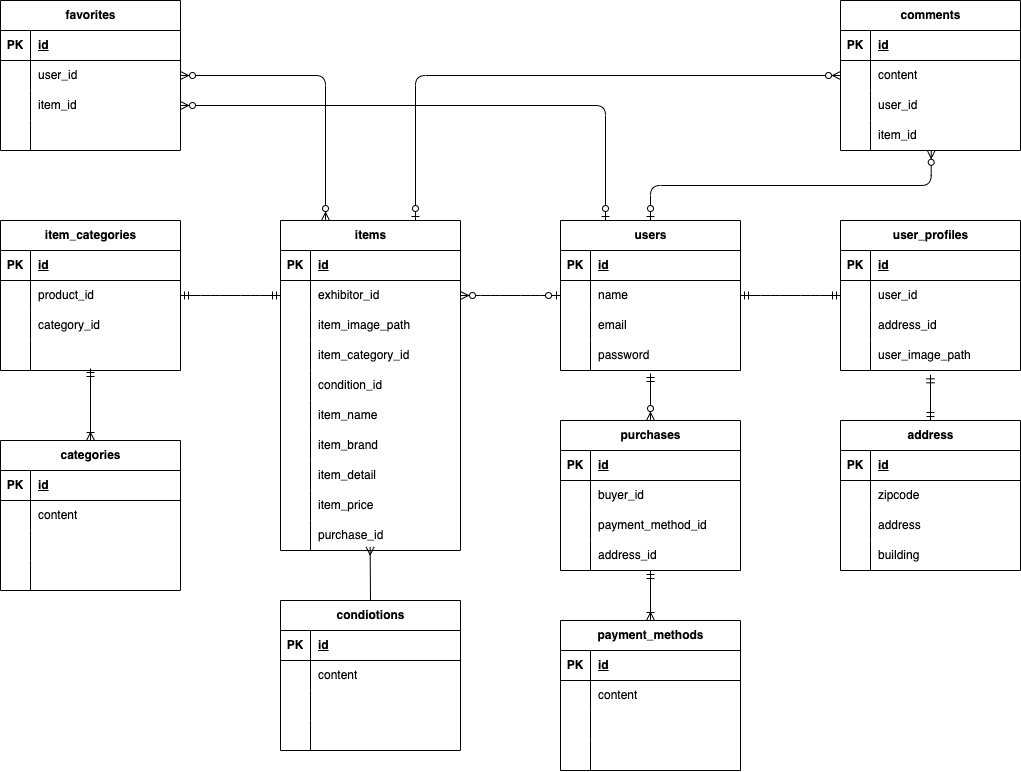
This is src/ER.drawio.png from takuyakurikuri/flea-market, a draw.io export, as it was before one commit. Source tidied: cells renumbered, new cells last; positions are measured from the earlier drawing's top-left corner, leaving out a move shared by most shapes.
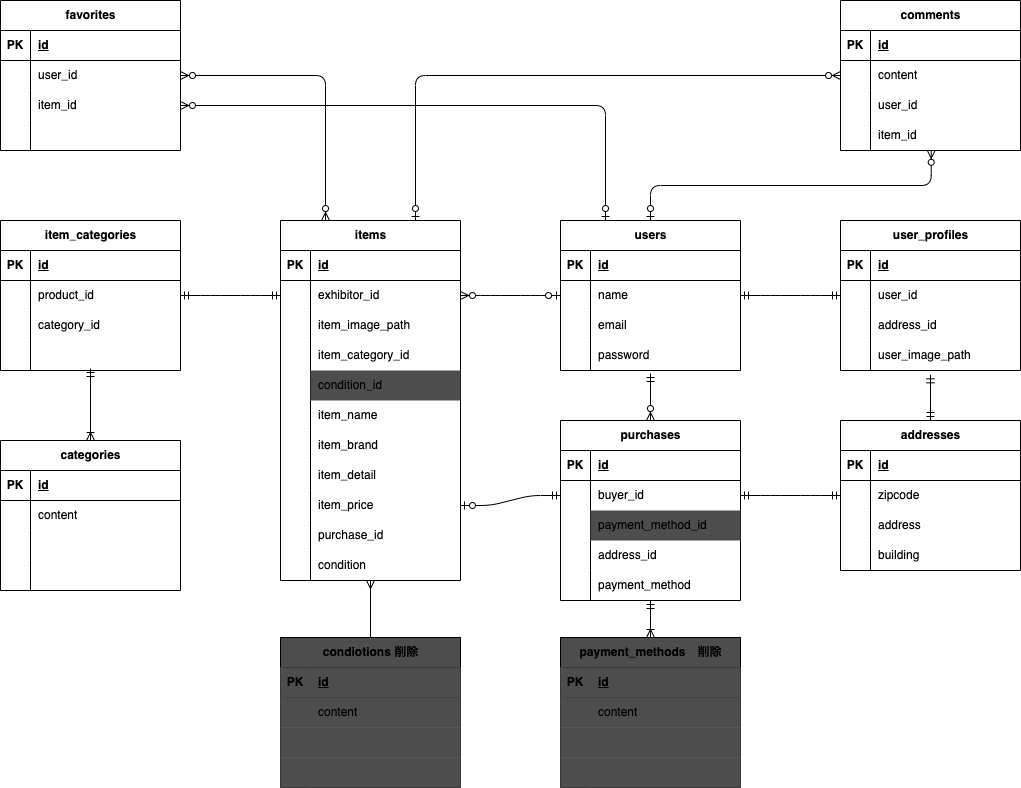
The same file after the commit.

The edit, as a diff of the source:
```diff
@@ -81,7 +81,7 @@
       <mxGeometry x="30" width="150" height="30" as="geometry" />
     </mxCell>
     <mxCell id="28" value="items" style="shape=table;startSize=30;rowLines=0;fontStyle=1;align=center;html=1;" parent="1" vertex="1">
-      <mxGeometry x="280" y="220" width="180" height="330" as="geometry" />
+      <mxGeometry x="280" y="220" width="180" height="360" as="geometry" />
     </mxCell>
     <mxCell id="29" style="shape=tableRow;horizontal=0;startSize=0;swimlaneHead=0;swimlaneBody=0;fillColor=none;top=0;left=0;right=0;bottom=1;" parent="28" vertex="1">
       <mxGeometry y="30" width="180" height="30" as="geometry" />
@@ -125,7 +125,7 @@
     <mxCell id="42" style="shape=partialRectangle;fillColor=none;top=0;left=0;bottom=0;right=0;overflow=hidden;whiteSpace=wrap;html=1;" parent="41" vertex="1">
       <mxGeometry width="30" height="30" as="geometry" />
     </mxCell>
-    <mxCell id="43" value="condition_id" style="shape=partialRectangle;fillColor=none;top=0;left=0;bottom=0;right=0;align=left;spacingLeft=6;overflow=hidden;whiteSpace=wrap;html=1;" parent="41" vertex="1">
+    <mxCell id="43" value="condition_id" style="shape=partialRectangle;fillColor=#4D4D4D;top=0;left=0;bottom=0;right=0;align=left;spacingLeft=6;overflow=hidden;whiteSpace=wrap;html=1;" parent="41" vertex="1">
       <mxGeometry x="30" width="150" height="30" as="geometry" />
     </mxCell>
     <mxCell id="44" style="shape=tableRow;horizontal=0;startSize=0;swimlaneHead=0;swimlaneBody=0;fillColor=none;top=0;left=0;right=0;bottom=0;" parent="28" vertex="1">
@@ -173,8 +173,17 @@
     <mxCell id="58" value="purchase_id" style="shape=partialRectangle;fillColor=none;top=0;left=0;bottom=0;right=0;align=left;spacingLeft=6;overflow=hidden;whiteSpace=wrap;html=1;" parent="56" vertex="1">
       <mxGeometry x="30" width="150" height="30" as="geometry" />
     </mxCell>
+    <mxCell id="175" style="shape=tableRow;horizontal=0;startSize=0;swimlaneHead=0;swimlaneBody=0;fillColor=none;top=0;left=0;right=0;bottom=0;" parent="28" vertex="1">
+      <mxGeometry y="330" width="180" height="30" as="geometry" />
+    </mxCell>
+    <mxCell id="176" style="shape=partialRectangle;fillColor=none;top=0;left=0;bottom=0;right=0;overflow=hidden;whiteSpace=wrap;html=1;" parent="175" vertex="1">
+      <mxGeometry width="30" height="30" as="geometry" />
+    </mxCell>
+    <mxCell id="177" value="condition" style="shape=partialRectangle;fillColor=none;top=0;left=0;bottom=0;right=0;align=left;spacingLeft=6;overflow=hidden;whiteSpace=wrap;html=1;" parent="175" vertex="1">
+      <mxGeometry x="30" width="150" height="30" as="geometry" />
+    </mxCell>
     <mxCell id="59" value="purchases" style="shape=table;startSize=30;rowLines=0;fontStyle=1;align=center;html=1;" parent="1" vertex="1">
-      <mxGeometry x="560" y="420" width="180" height="150" as="geometry" />
+      <mxGeometry x="560" y="420" width="180" height="180" as="geometry" />
     </mxCell>
     <mxCell id="60" style="shape=tableRow;horizontal=0;startSize=0;swimlaneHead=0;swimlaneBody=0;fillColor=none;top=0;left=0;right=0;bottom=1;" parent="59" vertex="1">
       <mxGeometry y="30" width="180" height="30" as="geometry" />
@@ -200,7 +209,7 @@
     <mxCell id="67" style="shape=partialRectangle;fillColor=none;top=0;left=0;bottom=0;right=0;overflow=hidden;whiteSpace=wrap;html=1;" parent="66" vertex="1">
       <mxGeometry width="30" height="30" as="geometry" />
     </mxCell>
-    <mxCell id="68" value="payment_method_id" style="shape=partialRectangle;fillColor=none;top=0;left=0;bottom=0;right=0;align=left;spacingLeft=6;overflow=hidden;whiteSpace=wrap;html=1;" parent="66" vertex="1">
+    <mxCell id="68" value="payment_method_id" style="shape=partialRectangle;fillColor=#4D4D4D;top=0;left=0;bottom=0;right=0;align=left;spacingLeft=6;overflow=hidden;whiteSpace=wrap;html=1;" parent="66" vertex="1">
       <mxGeometry x="30" width="150" height="30" as="geometry" />
     </mxCell>
     <mxCell id="69" style="shape=tableRow;horizontal=0;startSize=0;swimlaneHead=0;swimlaneBody=0;fillColor=none;top=0;left=0;right=0;bottom=0;" parent="59" vertex="1">
@@ -212,43 +221,52 @@
     <mxCell id="71" value="address_id" style="shape=partialRectangle;fillColor=none;top=0;left=0;bottom=0;right=0;align=left;spacingLeft=6;overflow=hidden;whiteSpace=wrap;html=1;" parent="69" vertex="1">
       <mxGeometry x="30" width="150" height="30" as="geometry" />
     </mxCell>
+    <mxCell id="178" style="shape=tableRow;horizontal=0;startSize=0;swimlaneHead=0;swimlaneBody=0;fillColor=none;top=0;left=0;right=0;bottom=0;" parent="59" vertex="1">
+      <mxGeometry y="150" width="180" height="30" as="geometry" />
+    </mxCell>
+    <mxCell id="179" style="shape=partialRectangle;fillColor=none;top=0;left=0;bottom=0;right=0;overflow=hidden;whiteSpace=wrap;html=1;" parent="178" vertex="1">
+      <mxGeometry width="30" height="30" as="geometry" />
+    </mxCell>
+    <mxCell id="180" value="payment_method" style="shape=partialRectangle;fillColor=none;top=0;left=0;bottom=0;right=0;align=left;spacingLeft=6;overflow=hidden;whiteSpace=wrap;html=1;" parent="178" vertex="1">
+      <mxGeometry x="30" width="150" height="30" as="geometry" />
+    </mxCell>
-    <mxCell id="72" value="payment_methods" style="shape=table;startSize=30;rowLines=0;fontStyle=1;align=center;html=1;" parent="1" vertex="1">
-      <mxGeometry x="560" y="620" width="180" height="150" as="geometry" />
+    <mxCell id="72" value="payment_methods　削除" style="shape=table;startSize=30;rowLines=0;fontStyle=1;align=center;html=1;fillColor=#4D4D4D;" parent="1" vertex="1">
+      <mxGeometry x="560" y="637" width="180" height="150" as="geometry" />
     </mxCell>
-    <mxCell id="73" style="shape=tableRow;horizontal=0;startSize=0;swimlaneHead=0;swimlaneBody=0;fillColor=none;top=0;left=0;right=0;bottom=1;" parent="72" vertex="1">
+    <mxCell id="73" style="shape=tableRow;horizontal=0;startSize=0;swimlaneHead=0;swimlaneBody=0;fillColor=#4D4D4D;top=0;left=0;right=0;bottom=1;" parent="72" vertex="1">
       <mxGeometry y="30" width="180" height="30" as="geometry" />
     </mxCell>
-    <mxCell id="74" value="PK" style="shape=partialRectangle;fillColor=none;top=0;left=0;bottom=0;right=0;fontStyle=1;overflow=hidden;whiteSpace=wrap;html=1;" parent="73" vertex="1">
+    <mxCell id="74" value="PK" style="shape=partialRectangle;fillColor=#4D4D4D;top=0;left=0;bottom=0;right=0;fontStyle=1;overflow=hidden;whiteSpace=wrap;html=1;" parent="73" vertex="1">
       <mxGeometry width="30" height="30" as="geometry" />
     </mxCell>
-    <mxCell id="75" value="id" style="shape=partialRectangle;fillColor=none;top=0;left=0;bottom=0;right=0;align=left;spacingLeft=6;fontStyle=5;overflow=hidden;whiteSpace=wrap;html=1;" parent="73" vertex="1">
+    <mxCell id="75" value="id" style="shape=partialRectangle;fillColor=#4D4D4D;top=0;left=0;bottom=0;right=0;align=left;spacingLeft=6;fontStyle=5;overflow=hidden;whiteSpace=wrap;html=1;" parent="73" vertex="1">
       <mxGeometry x="30" width="150" height="30" as="geometry" />
     </mxCell>
-    <mxCell id="76" style="shape=tableRow;horizontal=0;startSize=0;swimlaneHead=0;swimlaneBody=0;fillColor=none;top=0;left=0;right=0;bottom=0;" parent="72" vertex="1">
+    <mxCell id="76" style="shape=tableRow;horizontal=0;startSize=0;swimlaneHead=0;swimlaneBody=0;fillColor=#4D4D4D;top=0;left=0;right=0;bottom=0;" parent="72" vertex="1">
       <mxGeometry y="60" width="180" height="30" as="geometry" />
     </mxCell>
-    <mxCell id="77" style="shape=partialRectangle;fillColor=none;top=0;left=0;bottom=0;right=0;overflow=hidden;whiteSpace=wrap;html=1;" parent="76" vertex="1">
+    <mxCell id="77" style="shape=partialRectangle;fillColor=#4D4D4D;top=0;left=0;bottom=0;right=0;overflow=hidden;whiteSpace=wrap;html=1;" parent="76" vertex="1">
       <mxGeometry width="30" height="30" as="geometry" />
     </mxCell>
-    <mxCell id="78" value="content" style="shape=partialRectangle;fillColor=none;top=0;left=0;bottom=0;right=0;align=left;spacingLeft=6;overflow=hidden;whiteSpace=wrap;html=1;" parent="76" vertex="1">
+    <mxCell id="78" value="content" style="shape=partialRectangle;fillColor=#4D4D4D;top=0;left=0;bottom=0;right=0;align=left;spacingLeft=6;overflow=hidden;whiteSpace=wrap;html=1;" parent="76" vertex="1">
       <mxGeometry x="30" width="150" height="30" as="geometry" />
     </mxCell>
-    <mxCell id="79" style="shape=tableRow;horizontal=0;startSize=0;swimlaneHead=0;swimlaneBody=0;fillColor=none;top=0;left=0;right=0;bottom=0;" parent="72" vertex="1">
+    <mxCell id="79" style="shape=tableRow;horizontal=0;startSize=0;swimlaneHead=0;swimlaneBody=0;fillColor=#4D4D4D;top=0;left=0;right=0;bottom=0;" parent="72" vertex="1">
       <mxGeometry y="90" width="180" height="30" as="geometry" />
     </mxCell>
-    <mxCell id="80" style="shape=partialRectangle;fillColor=none;top=0;left=0;bottom=0;right=0;overflow=hidden;whiteSpace=wrap;html=1;" parent="79" vertex="1">
+    <mxCell id="80" style="shape=partialRectangle;fillColor=#4D4D4D;top=0;left=0;bottom=0;right=0;overflow=hidden;whiteSpace=wrap;html=1;" parent="79" vertex="1">
       <mxGeometry width="30" height="30" as="geometry" />
     </mxCell>
-    <mxCell id="81" style="shape=partialRectangle;fillColor=none;top=0;left=0;bottom=0;right=0;align=left;spacingLeft=6;overflow=hidden;whiteSpace=wrap;html=1;" parent="79" vertex="1">
+    <mxCell id="81" style="shape=partialRectangle;fillColor=#4D4D4D;top=0;left=0;bottom=0;right=0;align=left;spacingLeft=6;overflow=hidden;whiteSpace=wrap;html=1;" parent="79" vertex="1">
       <mxGeometry x="30" width="150" height="30" as="geometry" />
     </mxCell>
-    <mxCell id="82" style="shape=tableRow;horizontal=0;startSize=0;swimlaneHead=0;swimlaneBody=0;fillColor=none;top=0;left=0;right=0;bottom=0;" parent="72" vertex="1">
+    <mxCell id="82" style="shape=tableRow;horizontal=0;startSize=0;swimlaneHead=0;swimlaneBody=0;fillColor=#4D4D4D;top=0;left=0;right=0;bottom=0;" parent="72" vertex="1">
       <mxGeometry y="120" width="180" height="30" as="geometry" />
     </mxCell>
-    <mxCell id="83" style="shape=partialRectangle;fillColor=none;top=0;left=0;bottom=0;right=0;overflow=hidden;whiteSpace=wrap;html=1;" parent="82" vertex="1">
+    <mxCell id="83" style="shape=partialRectangle;fillColor=#4D4D4D;top=0;left=0;bottom=0;right=0;overflow=hidden;whiteSpace=wrap;html=1;" parent="82" vertex="1">
       <mxGeometry width="30" height="30" as="geometry" />
     </mxCell>
-    <mxCell id="84" style="shape=partialRectangle;fillColor=none;top=0;left=0;bottom=0;right=0;align=left;spacingLeft=6;overflow=hidden;whiteSpace=wrap;html=1;" parent="82" vertex="1">
+    <mxCell id="84" style="shape=partialRectangle;fillColor=#4D4D4D;top=0;left=0;bottom=0;right=0;align=left;spacingLeft=6;overflow=hidden;whiteSpace=wrap;html=1;" parent="82" vertex="1">
       <mxGeometry x="30" width="150" height="30" as="geometry" />
     </mxCell>
     <mxCell id="85" value="item_categories" style="shape=table;startSize=30;rowLines=0;fontStyle=1;align=center;html=1;" parent="1" vertex="1">
@@ -290,43 +308,43 @@
     <mxCell id="97" style="shape=partialRectangle;fillColor=none;top=0;left=0;bottom=0;right=0;align=left;spacingLeft=6;overflow=hidden;whiteSpace=wrap;html=1;" parent="95" vertex="1">
       <mxGeometry x="30" width="150" height="30" as="geometry" />
     </mxCell>
-    <mxCell id="98" value="condiotions" style="shape=table;startSize=30;rowLines=0;fontStyle=1;align=center;html=1;" parent="1" vertex="1">
-      <mxGeometry x="280" y="600" width="180" height="150" as="geometry" />
+    <mxCell id="98" value="condiotions 削除" style="shape=table;startSize=30;rowLines=0;fontStyle=1;align=center;html=1;fillColor=#4D4D4D;" parent="1" vertex="1">
+      <mxGeometry x="280" y="637" width="180" height="150" as="geometry" />
     </mxCell>
-    <mxCell id="99" style="shape=tableRow;horizontal=0;startSize=0;swimlaneHead=0;swimlaneBody=0;fillColor=none;top=0;left=0;right=0;bottom=1;" parent="98" vertex="1">
+    <mxCell id="99" style="shape=tableRow;horizontal=0;startSize=0;swimlaneHead=0;swimlaneBody=0;fillColor=#4D4D4D;top=0;left=0;right=0;bottom=1;" parent="98" vertex="1">
       <mxGeometry y="30" width="180" height="30" as="geometry" />
     </mxCell>
-    <mxCell id="100" value="PK" style="shape=partialRectangle;fillColor=none;top=0;left=0;bottom=0;right=0;fontStyle=1;overflow=hidden;whiteSpace=wrap;html=1;" parent="99" vertex="1">
+    <mxCell id="100" value="PK" style="shape=partialRectangle;fillColor=#4D4D4D;top=0;left=0;bottom=0;right=0;fontStyle=1;overflow=hidden;whiteSpace=wrap;html=1;" parent="99" vertex="1">
       <mxGeometry width="30" height="30" as="geometry" />
     </mxCell>
-    <mxCell id="101" value="id" style="shape=partialRectangle;fillColor=none;top=0;left=0;bottom=0;right=0;align=left;spacingLeft=6;fontStyle=5;overflow=hidden;whiteSpace=wrap;html=1;" parent="99" vertex="1">
+    <mxCell id="101" value="id" style="shape=partialRectangle;fillColor=#4D4D4D;top=0;left=0;bottom=0;right=0;align=left;spacingLeft=6;fontStyle=5;overflow=hidden;whiteSpace=wrap;html=1;" parent="99" vertex="1">
       <mxGeometry x="30" width="150" height="30" as="geometry" />
     </mxCell>
-    <mxCell id="102" style="shape=tableRow;horizontal=0;startSize=0;swimlaneHead=0;swimlaneBody=0;fillColor=none;top=0;left=0;right=0;bottom=0;" parent="98" vertex="1">
+    <mxCell id="102" style="shape=tableRow;horizontal=0;startSize=0;swimlaneHead=0;swimlaneBody=0;fillColor=#4D4D4D;top=0;left=0;right=0;bottom=0;" parent="98" vertex="1">
       <mxGeometry y="60" width="180" height="30" as="geometry" />
     </mxCell>
-    <mxCell id="103" style="shape=partialRectangle;fillColor=none;top=0;left=0;bottom=0;right=0;overflow=hidden;whiteSpace=wrap;html=1;" parent="102" vertex="1">
+    <mxCell id="103" style="shape=partialRectangle;fillColor=#4D4D4D;top=0;left=0;bottom=0;right=0;overflow=hidden;whiteSpace=wrap;html=1;" parent="102" vertex="1">
       <mxGeometry width="30" height="30" as="geometry" />
     </mxCell>
-    <mxCell id="104" value="content" style="shape=partialRectangle;fillColor=none;top=0;left=0;bottom=0;right=0;align=left;spacingLeft=6;overflow=hidden;whiteSpace=wrap;html=1;" parent="102" vertex="1">
+    <mxCell id="104" value="content" style="shape=partialRectangle;fillColor=#4D4D4D;top=0;left=0;bottom=0;right=0;align=left;spacingLeft=6;overflow=hidden;whiteSpace=wrap;html=1;" parent="102" vertex="1">
       <mxGeometry x="30" width="150" height="30" as="geometry" />
     </mxCell>
-    <mxCell id="105" style="shape=tableRow;horizontal=0;startSize=0;swimlaneHead=0;swimlaneBody=0;fillColor=none;top=0;left=0;right=0;bottom=0;" parent="98" vertex="1">
+    <mxCell id="105" style="shape=tableRow;horizontal=0;startSize=0;swimlaneHead=0;swimlaneBody=0;fillColor=#4D4D4D;top=0;left=0;right=0;bottom=0;" parent="98" vertex="1">
       <mxGeometry y="90" width="180" height="30" as="geometry" />
     </mxCell>
-    <mxCell id="106" style="shape=partialRectangle;fillColor=none;top=0;left=0;bottom=0;right=0;overflow=hidden;whiteSpace=wrap;html=1;" parent="105" vertex="1">
+    <mxCell id="106" style="shape=partialRectangle;fillColor=#4D4D4D;top=0;left=0;bottom=0;right=0;overflow=hidden;whiteSpace=wrap;html=1;" parent="105" vertex="1">
       <mxGeometry width="30" height="30" as="geometry" />
     </mxCell>
-    <mxCell id="107" style="shape=partialRectangle;fillColor=none;top=0;left=0;bottom=0;right=0;align=left;spacingLeft=6;overflow=hidden;whiteSpace=wrap;html=1;" parent="105" vertex="1">
+    <mxCell id="107" style="shape=partialRectangle;fillColor=#4D4D4D;top=0;left=0;bottom=0;right=0;align=left;spacingLeft=6;overflow=hidden;whiteSpace=wrap;html=1;" parent="105" vertex="1">
       <mxGeometry x="30" width="150" height="30" as="geometry" />
     </mxCell>
-    <mxCell id="108" style="shape=tableRow;horizontal=0;startSize=0;swimlaneHead=0;swimlaneBody=0;fillColor=none;top=0;left=0;right=0;bottom=0;" parent="98" vertex="1">
+    <mxCell id="108" style="shape=tableRow;horizontal=0;startSize=0;swimlaneHead=0;swimlaneBody=0;fillColor=#4D4D4D;top=0;left=0;right=0;bottom=0;" parent="98" vertex="1">
       <mxGeometry y="120" width="180" height="30" as="geometry" />
     </mxCell>
-    <mxCell id="109" style="shape=partialRectangle;fillColor=none;top=0;left=0;bottom=0;right=0;overflow=hidden;whiteSpace=wrap;html=1;" parent="108" vertex="1">
+    <mxCell id="109" style="shape=partialRectangle;fillColor=#4D4D4D;top=0;left=0;bottom=0;right=0;overflow=hidden;whiteSpace=wrap;html=1;" parent="108" vertex="1">
       <mxGeometry width="30" height="30" as="geometry" />
     </mxCell>
-    <mxCell id="110" style="shape=partialRectangle;fillColor=none;top=0;left=0;bottom=0;right=0;align=left;spacingLeft=6;overflow=hidden;whiteSpace=wrap;html=1;" parent="108" vertex="1">
+    <mxCell id="110" style="shape=partialRectangle;fillColor=#4D4D4D;top=0;left=0;bottom=0;right=0;align=left;spacingLeft=6;overflow=hidden;whiteSpace=wrap;html=1;" parent="108" vertex="1">
       <mxGeometry x="30" width="150" height="30" as="geometry" />
     </mxCell>
     <mxCell id="111" value="comments" style="shape=table;startSize=30;rowLines=0;fontStyle=1;align=center;html=1;" parent="1" vertex="1">
@@ -368,7 +386,7 @@
     <mxCell id="123" value="item_id" style="shape=partialRectangle;fillColor=none;top=0;left=0;bottom=0;right=0;align=left;spacingLeft=6;overflow=hidden;whiteSpace=wrap;html=1;" parent="121" vertex="1">
       <mxGeometry x="30" width="150" height="30" as="geometry" />
     </mxCell>
-    <mxCell id="124" value="address" style="shape=table;startSize=30;rowLines=0;fontStyle=1;align=center;html=1;" parent="1" vertex="1">
+    <mxCell id="124" value="addresses" style="shape=table;startSize=30;rowLines=0;fontStyle=1;align=center;html=1;" parent="1" vertex="1">
       <mxGeometry x="840" y="420" width="180" height="150" as="geometry" />
     </mxCell>
     <mxCell id="125" style="shape=tableRow;horizontal=0;startSize=0;swimlaneHead=0;swimlaneBody=0;fillColor=none;top=0;left=0;right=0;bottom=1;" parent="124" vertex="1">
@@ -449,8 +467,10 @@
     <mxCell id="150" style="edgeStyle=entityRelationEdgeStyle;fontSize=12;html=1;endArrow=ERmandOne;startArrow=ERmandOne;exitX=1;exitY=0.5;exitDx=0;exitDy=0;entryX=0;entryY=0.5;entryDx=0;entryDy=0;" parent="1" edge="1" source="6" target="19">
       <mxGeometry relative="1" as="geometry" />
     </mxCell>
-    <mxCell id="151" style="fontSize=12;html=1;endArrow=ERmany;entryX=0.498;entryY=0.881;entryDx=0;entryDy=0;exitX=0.5;exitY=0;exitDx=0;exitDy=0;entryPerimeter=0;" parent="1" edge="1" source="98" target="56">
-      <mxGeometry relative="1" as="geometry" />
+    <mxCell id="151" style="fontSize=12;html=1;endArrow=ERmany;exitX=0.5;exitY=0;exitDx=0;exitDy=0;" parent="1" edge="1" source="98">
+      <mxGeometry relative="1" as="geometry">
+        <mxPoint x="370" y="580" as="targetPoint" />
+      </mxGeometry>
     </mxCell>
     <mxCell id="152" style="fontSize=12;html=1;endArrow=ERzeroToMany;startArrow=ERzeroToOne;entryX=0;entryY=0.5;entryDx=0;entryDy=0;exitX=0.75;exitY=0;exitDx=0;exitDy=0;edgeStyle=orthogonalEdgeStyle;" parent="1" edge="1" source="28" target="115">
       <mxGeometry relative="1" as="geometry" />
@@ -465,7 +485,7 @@
     </mxCell>
     <mxCell id="155" style="fontSize=12;html=1;endArrow=ERoneToMany;startArrow=ERmandOne;entryX=0.5;entryY=0;entryDx=0;entryDy=0;" parent="1" edge="1" target="72">
       <mxGeometry relative="1" as="geometry">
-        <mxPoint x="650" y="570" as="sourcePoint" />
+        <mxPoint x="650" y="600" as="sourcePoint" />
       </mxGeometry>
     </mxCell>
     <mxCell id="156" style="edgeStyle=entityRelationEdgeStyle;fontSize=12;html=1;endArrow=ERzeroToMany;startArrow=ERzeroToOne;entryX=1;entryY=0.5;entryDx=0;entryDy=0;exitX=0;exitY=0.5;exitDx=0;exitDy=0;" parent="1" edge="1" source="6" target="32">
@@ -527,5 +547,11 @@
     <mxCell id="174" style="edgeStyle=orthogonalEdgeStyle;fontSize=12;html=1;endArrow=ERzeroToMany;endFill=1;startArrow=ERzeroToMany;exitX=1;exitY=0.5;exitDx=0;exitDy=0;entryX=0.25;entryY=0;entryDx=0;entryDy=0;" parent="1" edge="1" source="141" target="28">
       <mxGeometry relative="1" as="geometry" />
     </mxCell>
+    <mxCell id="181" style="edgeStyle=entityRelationEdgeStyle;fontSize=12;html=1;endArrow=ERmandOne;startArrow=ERmandOne;entryX=0;entryY=0.5;entryDx=0;entryDy=0;exitX=1;exitY=0.5;exitDx=0;exitDy=0;" parent="1" edge="1" source="63" target="128">
+      <mxGeometry relative="1" as="geometry" />
+    </mxCell>
+    <mxCell id="182" style="edgeStyle=entityRelationEdgeStyle;fontSize=12;html=1;endArrow=ERzeroToOne;startArrow=ERmandOne;entryX=1;entryY=0.5;entryDx=0;entryDy=0;exitX=0;exitY=0.5;exitDx=0;exitDy=0;" parent="1" edge="1" source="63" target="53">
+      <mxGeometry relative="1" as="geometry" />
+    </mxCell>
   </root>
 </mxGraphModel>
```
